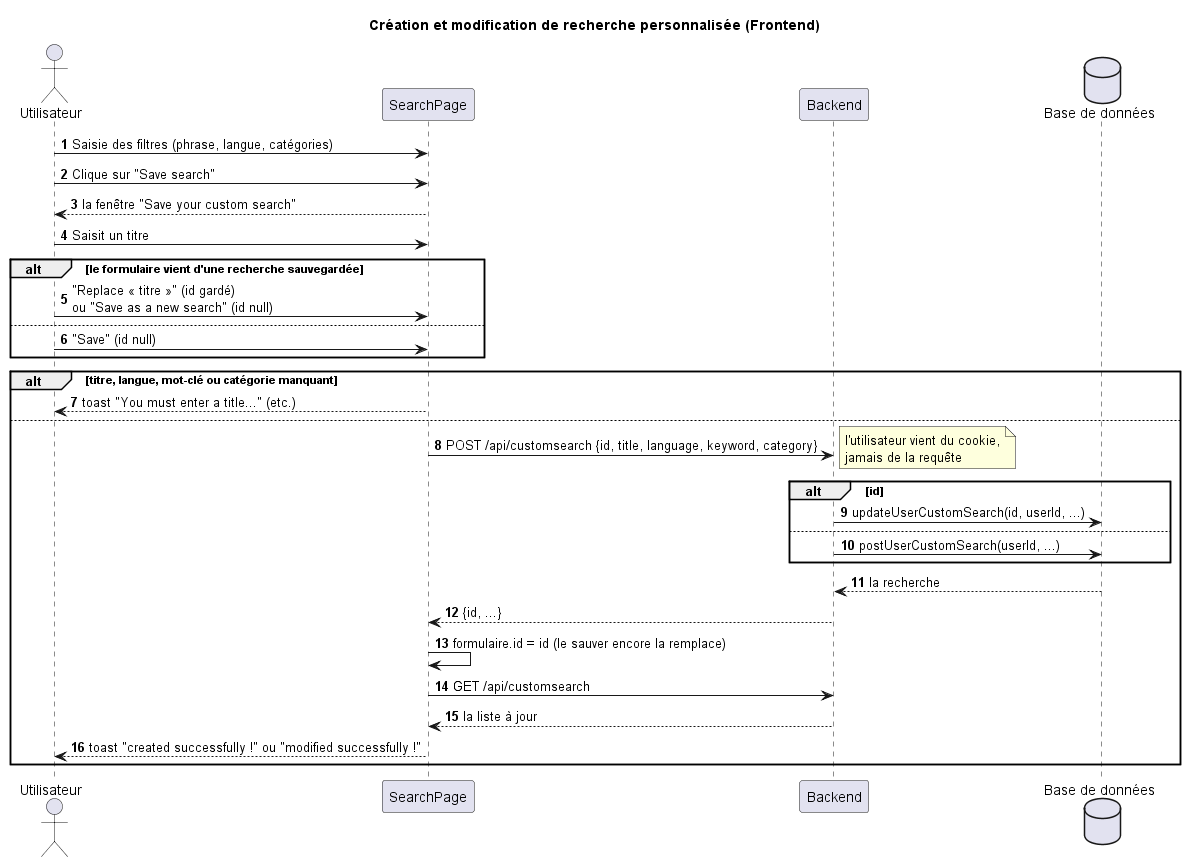
Before: docs/search/saved-searches/search-history-diagram_create_mod.png, a diagram exported from PlantUML (TPI2026-NewsGenerator/NewsGenerator-Frontend). Source of this version:
```plantuml
@startuml
title Création et modification de recherche personnalisée (Frontend)
autonumber

actor "Utilisateur" as User
participant "SearchPage" as UI
participant "Backend" as BE
database "Base de données" as DB

User -> UI : Saisie des filtres (phrase, langue, catégories)
User -> UI : Clique sur "Save search"
UI --> User : la fenêtre "Save your custom search"
User -> UI : Saisit un titre
alt le formulaire vient d'une recherche sauvegardée
    User -> UI : "Replace « titre »" (id gardé)\nou "Save as a new search" (id null)
else
    User -> UI : "Save" (id null)
end
alt titre, langue, mot-clé ou catégorie manquant
    UI --> User : toast "You must enter a title..." (etc.)
else
    UI -> BE : POST /api/customsearch {id, title, language, keyword, category}
    note right : l'utilisateur vient du cookie,\njamais de la requête
    alt id
        BE -> DB : updateUserCustomSearch(id, userId, ...)
    else
        BE -> DB : postUserCustomSearch(userId, ...)
    end
    DB --> BE : la recherche
    BE --> UI : {id, ...}
    UI -> UI : formulaire.id = id (le sauver encore la remplace)
    UI -> BE : GET /api/customsearch
    BE --> UI : la liste à jour
    UI --> User : toast "created successfully !" ou "modified successfully !"
end

@enduml
```
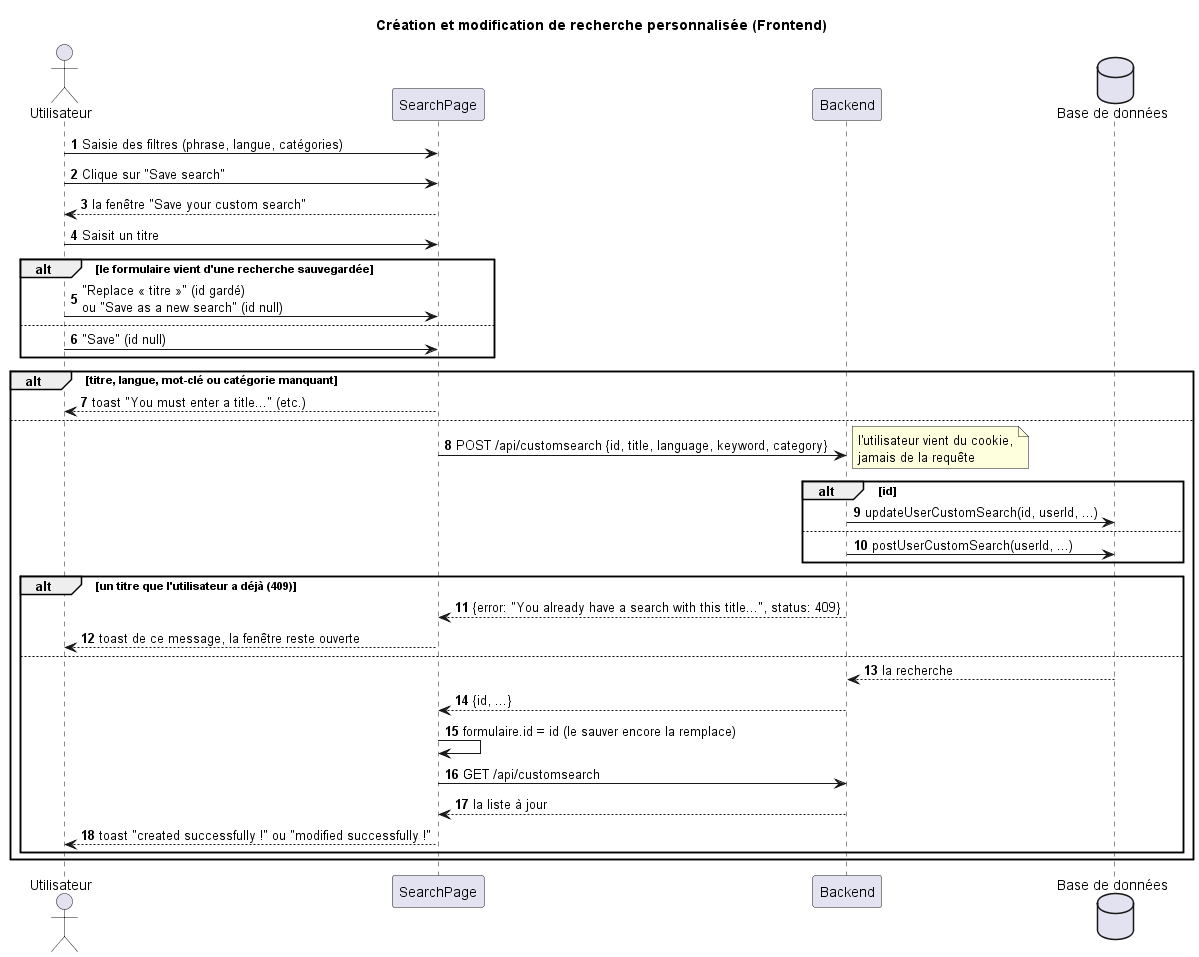
After the commit.

The edit, as a diff of the source:
```diff
@@ -26,12 +26,17 @@
     else
         BE -> DB : postUserCustomSearch(userId, ...)
     end
-    DB --> BE : la recherche
-    BE --> UI : {id, ...}
-    UI -> UI : formulaire.id = id (le sauver encore la remplace)
-    UI -> BE : GET /api/customsearch
-    BE --> UI : la liste à jour
-    UI --> User : toast "created successfully !" ou "modified successfully !"
+    alt un titre que l'utilisateur a déjà (409)
+        BE --> UI : {error: "You already have a search with this title...", status: 409}
+        UI --> User : toast de ce message, la fenêtre reste ouverte
+    else
+        DB --> BE : la recherche
+        BE --> UI : {id, ...}
+        UI -> UI : formulaire.id = id (le sauver encore la remplace)
+        UI -> BE : GET /api/customsearch
+        BE --> UI : la liste à jour
+        UI --> User : toast "created successfully !" ou "modified successfully !"
+    end
 end
 
 @enduml
```
